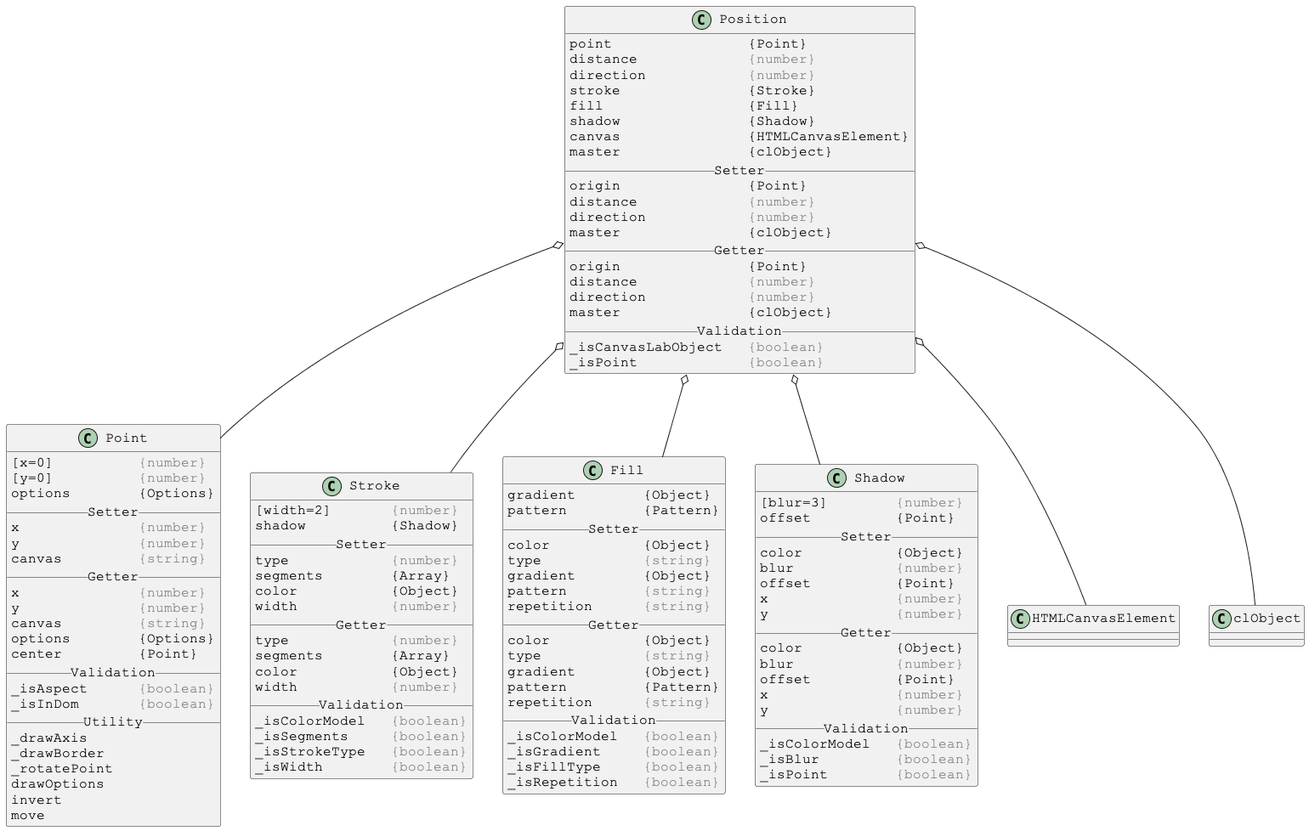
This is docs/PlantUml/image/linked/Position-linked.png from Justin-Byrne/canvasLab, a PlantUML export, as it was before one commit.
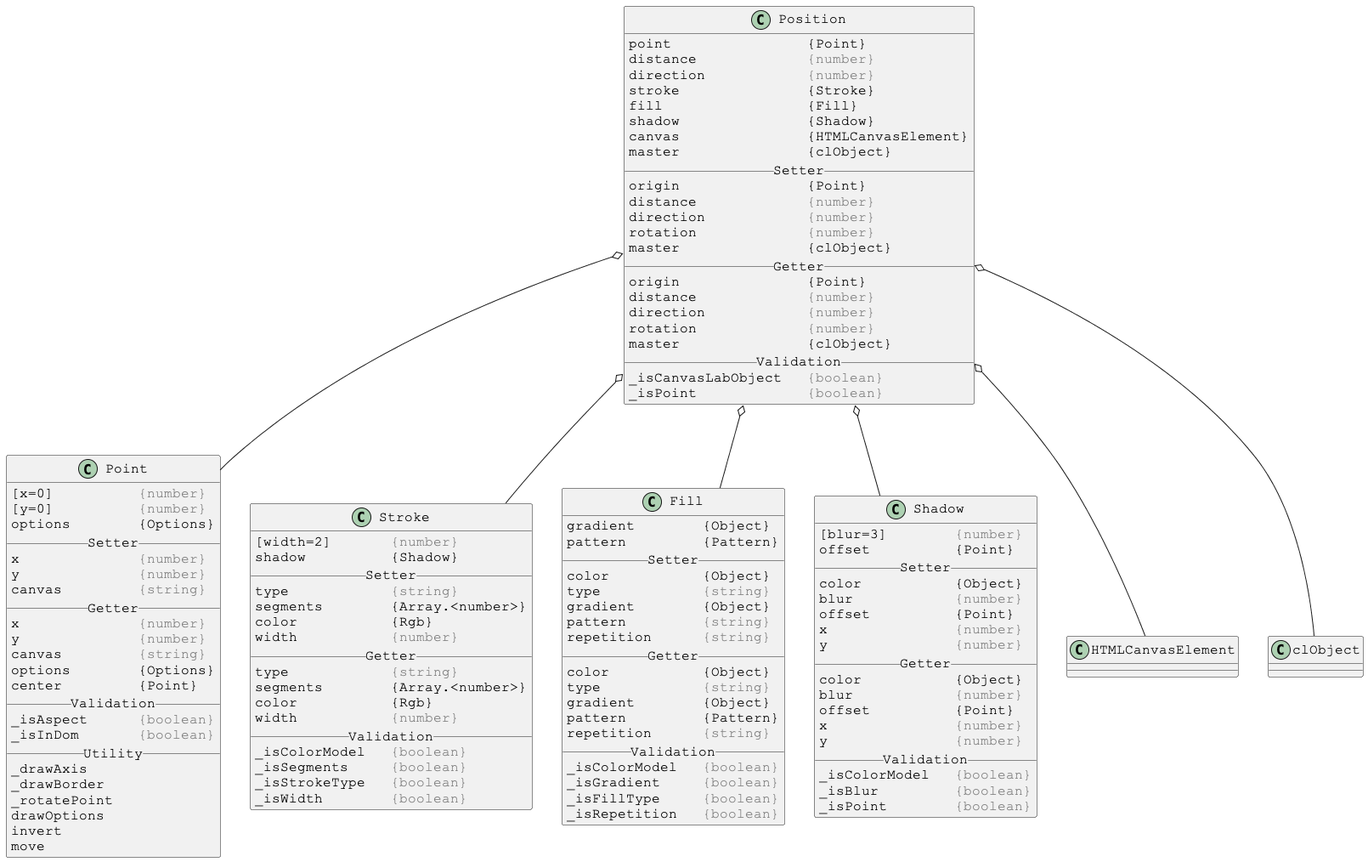
After the change.

What changed in the source:
```diff
@@ -16,11 +16,13 @@
 origin               {Point}
 distance             <color:gray>{number}</color>
 direction            <color:gray>{number}</color>
+rotation             <color:gray>{number}</color>
 master               {clObject}
 __ Getter __
 origin               {Point}
 distance             <color:gray>{number}</color>
 direction            <color:gray>{number}</color>
+rotation             <color:gray>{number}</color>
 master               {clObject}
 __ Validation __
 _isCanvasLabObject   <color:gray>{boolean}</color>
@@ -74,14 +76,14 @@
 [width=2]       <color:gray>{number}</color>
 shadow          {Shadow}
 __ Setter __
-type            <color:gray>{number}</color>
-segments        {Array}
-color           {Object}
+type            <color:gray>{string}</color>
+segments        {Array.<number>}
+color           {Rgb}
 width           <color:gray>{number}</color>
 __ Getter __
-type            <color:gray>{number}</color>
-segments        {Array}
-color           {Object}
+type            <color:gray>{string}</color>
+segments        {Array.<number>}
+color           {Rgb}
 width           <color:gray>{number}</color>
 __ Validation __
 _isColorModel   <color:gray>{boolean}</color>
```
